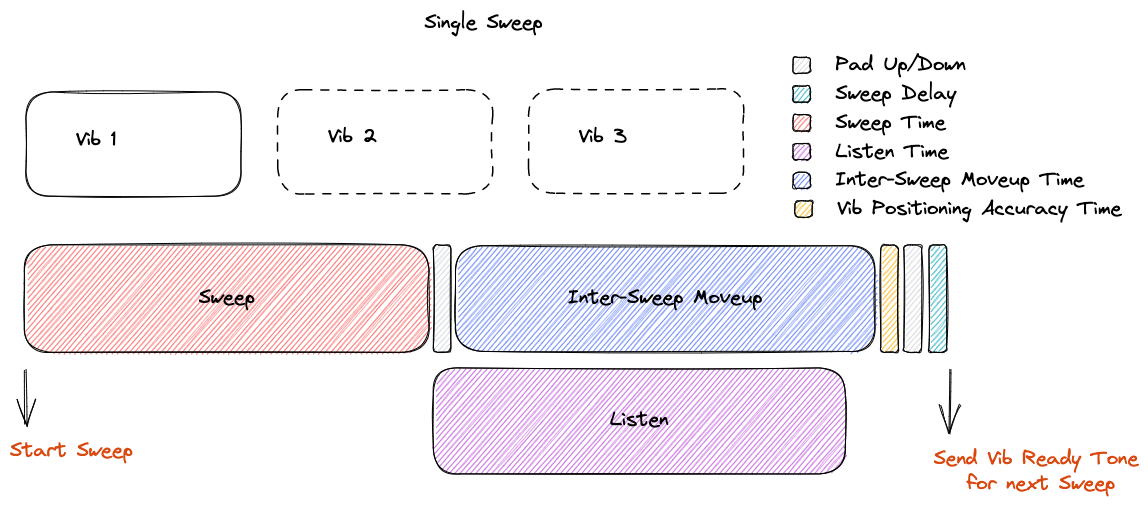
The Excalidraw diagram backend/eSeismic Single Sweep Timing Diagram.excalidraw.png in 11646729/golf-2, before a commit. Source tidied: one line per element, renumbered; positions are measured from the earlier drawing's top-left corner, leaving out a move shared by most shapes.
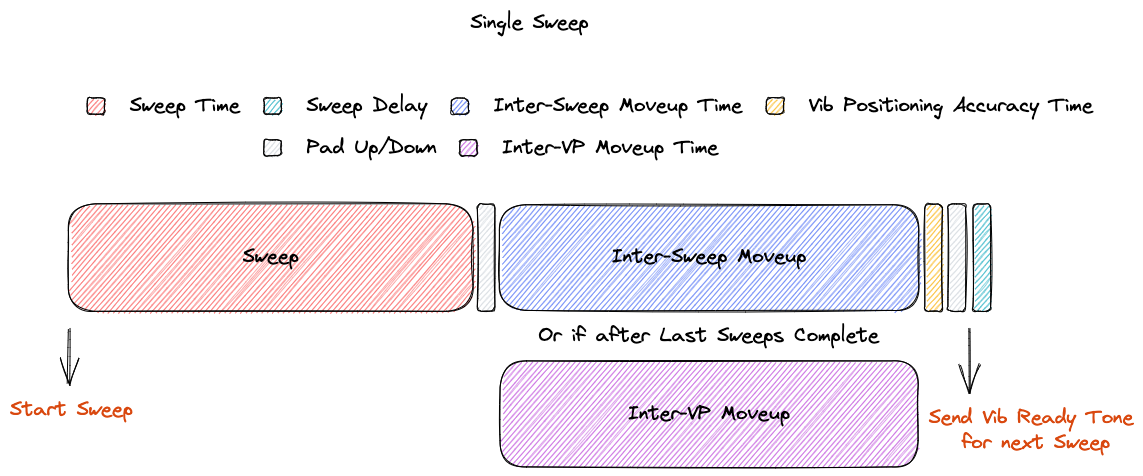
The same diagram one commit later.

Commit message:
Updating Vib Timing Diagram

What changed in the source:
```diff
@@ -1,33 +1,28 @@
-{"id": 0, "type": "text", "text": "Single Sweep", "strokeColor": "#000000", "strokeWidth": 1, "roughness": 1, "fontSize": 20, "fontFamily": 1, "x": 415, "y": 0, "width": 119, "height": 25}
+{"id": 0, "type": "text", "text": "Single Sweep", "strokeColor": "#000000", "strokeWidth": 1, "roughness": 1, "fontSize": 20, "fontFamily": 1, "x": 455, "y": 0, "width": 119, "height": 25}
-{"id": 1, "type": "rectangle", "strokeColor": "#000000", "strokeWidth": 1, "roughness": 1, "round": true, "x": 16, "y": 82, "width": 215, "height": 104}
-{"id": 2, "type": "text", "text": "Vib 1", "strokeColor": "#000000", "strokeWidth": 1, "roughness": 1, "fontSize": 20, "fontFamily": 1, "x": 66, "y": 117, "width": 41, "height": 25}
-{"id": 3, "type": "rectangle", "strokeColor": "#000000", "strokeWidth": 1, "strokeStyle": "dashed", "roughness": 1, "round": true, "x": 268, "y": 80, "width": 215, "height": 104}
-{"id": 4, "type": "text", "text": "Vib 2", "strokeColor": "#000000", "strokeWidth": 1, "strokeStyle": "dashed", "roughness": 1, "fontSize": 20, "fontFamily": 1, "x": 318, "y": 114, "width": 50, "height": 25}
-{"id": 5, "type": "rectangle", "strokeColor": "#000000", "strokeWidth": 1, "strokeStyle": "dashed", "roughness": 1, "round": true, "x": 519, "y": 79, "width": 215, "height": 104}
-{"id": 6, "type": "text", "text": "Vib 3", "strokeColor": "#000000", "strokeWidth": 1, "strokeStyle": "dashed", "roughness": 1, "fontSize": 20, "fontFamily": 1, "x": 569, "y": 114, "width": 50, "height": 25}
-{"id": 7, "type": "rectangle", "strokeColor": "#000000", "backgroundColor": "#ced4da", "fillStyle": "hachure", "strokeWidth": 1, "roughness": 1, "round": true, "x": 783, "y": 47, "width": 17, "height": 16}
+{"id": 7, "type": "rectangle", "strokeColor": "#000000", "backgroundColor": "#ced4da", "fillStyle": "hachure", "strokeWidth": 1, "roughness": 1, "round": true, "x": 247, "y": 130, "width": 17, "height": 16}
-{"id": 8, "type": "text", "text": "Pad Up/Down", "strokeColor": "#000000", "backgroundColor": "#15aabf", "fillStyle": "hachure", "strokeWidth": 1, "roughness": 1, "fontSize": 20, "fontFamily": 1, "x": 826, "y": 42, "width": 131, "height": 25}
+{"id": 8, "type": "text", "text": "Pad Up/Down", "strokeColor": "#000000", "backgroundColor": "#15aabf", "fillStyle": "hachure", "strokeWidth": 1, "roughness": 1, "fontSize": 20, "fontFamily": 1, "x": 289, "y": 125, "width": 131, "height": 25}
-{"id": 9, "type": "rectangle", "strokeColor": "#000000", "backgroundColor": "#15aabf", "fillStyle": "hachure", "strokeWidth": 1, "roughness": 1, "round": true, "x": 783, "y": 76, "width": 17, "height": 16}
+{"id": 9, "type": "rectangle", "strokeColor": "#000000", "backgroundColor": "#15aabf", "fillStyle": "hachure", "strokeWidth": 1, "roughness": 1, "round": true, "x": 247, "y": 88, "width": 17, "height": 16}
-{"id": 10, "type": "text", "text": "Sweep Delay", "strokeColor": "#000000", "backgroundColor": "#15aabf", "fillStyle": "hachure", "strokeWidth": 1, "roughness": 1, "fontSize": 20, "fontFamily": 1, "x": 826, "y": 71, "width": 122, "height": 25}
+{"id": 10, "type": "text", "text": "Sweep Delay", "strokeColor": "#000000", "backgroundColor": "#15aabf", "fillStyle": "hachure", "strokeWidth": 1, "roughness": 1, "fontSize": 20, "fontFamily": 1, "x": 290, "y": 83, "width": 122, "height": 25}
-{"id": 11, "type": "rectangle", "strokeColor": "#000000", "backgroundColor": "#fa5252", "fillStyle": "hachure", "strokeWidth": 1, "roughness": 1, "round": true, "x": 783, "y": 105, "width": 17, "height": 16}
+{"id": 11, "type": "rectangle", "strokeColor": "#000000", "backgroundColor": "#fa5252", "fillStyle": "hachure", "strokeWidth": 1, "roughness": 1, "round": true, "x": 70, "y": 88, "width": 17, "height": 16}
-{"id": 12, "type": "text", "text": "Sweep Time", "strokeColor": "#000000", "backgroundColor": "#15aabf", "fillStyle": "hachure", "strokeWidth": 1, "roughness": 1, "fontSize": 20, "fontFamily": 1, "x": 826, "y": 100, "width": 111, "height": 25}
+{"id": 12, "type": "text", "text": "Sweep Time", "strokeColor": "#000000", "backgroundColor": "#15aabf", "fillStyle": "hachure", "strokeWidth": 1, "roughness": 1, "fontSize": 20, "fontFamily": 1, "x": 113, "y": 83, "width": 111, "height": 25}
-{"id": 13, "type": "rectangle", "strokeColor": "#000000", "backgroundColor": "#ced4da", "fillStyle": "hachure", "strokeWidth": 1, "roughness": 1, "round": true, "x": 894, "y": 235, "width": 18, "height": 107}
+{"id": 13, "type": "rectangle", "strokeColor": "#000000", "backgroundColor": "#ced4da", "fillStyle": "hachure", "strokeWidth": 1, "roughness": 1, "round": true, "x": 931, "y": 194, "width": 18, "height": 107}
-{"id": 14, "type": "rectangle", "strokeColor": "#000000", "backgroundColor": "#ced4da", "fillStyle": "hachure", "strokeWidth": 1, "roughness": 1, "round": true, "x": 423, "y": 235, "width": 18, "height": 107}
+{"id": 14, "type": "rectangle", "strokeColor": "#000000", "backgroundColor": "#ced4da", "fillStyle": "hachure", "strokeWidth": 1, "roughness": 1, "round": true, "x": 460, "y": 194, "width": 18, "height": 107}
-{"id": 15, "type": "rectangle", "strokeColor": "#000000", "backgroundColor": "#15aabf", "fillStyle": "hachure", "strokeWidth": 1, "roughness": 1, "round": true, "x": 919, "y": 235, "width": 18, "height": 107}
+{"id": 15, "type": "rectangle", "strokeColor": "#000000", "backgroundColor": "#15aabf", "fillStyle": "hachure", "strokeWidth": 1, "roughness": 1, "round": true, "x": 956, "y": 194, "width": 18, "height": 107}
-{"id": 16, "type": "rectangle", "strokeColor": "#000000", "backgroundColor": "#fa5252", "fillStyle": "hachure", "strokeWidth": 1, "roughness": 1, "round": true, "x": 14, "y": 235, "width": 405, "height": 107}
+{"id": 16, "type": "rectangle", "strokeColor": "#000000", "backgroundColor": "#fa5252", "fillStyle": "hachure", "strokeWidth": 1, "roughness": 1, "round": true, "x": 51, "y": 194, "width": 405, "height": 107}
-{"id": 17, "type": "text", "text": "Sweep", "strokeColor": "#000000", "strokeWidth": 1, "roughness": 1, "fontSize": 20, "fontFamily": 1, "textAlign": "center", "verticalAlign": "middle", "inside": 16, "x": 188, "y": 276, "width": 57, "height": 23}
+{"id": 17, "type": "text", "text": "Sweep", "strokeColor": "#000000", "strokeWidth": 1, "roughness": 1, "fontSize": 20, "fontFamily": 1, "textAlign": "center", "verticalAlign": "middle", "inside": 16, "x": 225, "y": 235, "width": 57, "height": 23}
-{"id": 18, "type": "rectangle", "strokeColor": "#000000", "backgroundColor": "#be4bdb", "fillStyle": "hachure", "strokeWidth": 1, "roughness": 1, "round": true, "x": 423, "y": 358, "width": 412, "height": 106}
+{"id": 18, "type": "rectangle", "strokeColor": "#000000", "backgroundColor": "#be4bdb", "fillStyle": "hachure", "strokeWidth": 1, "roughness": 1, "round": true, "x": 483, "y": 351, "width": 418, "height": 106}
-{"id": 19, "type": "text", "text": "Listen", "strokeColor": "#000000", "strokeWidth": 1, "roughness": 1, "fontSize": 20, "fontFamily": 1, "textAlign": "center", "verticalAlign": "middle", "inside": 18, "x": 599, "y": 398, "width": 60, "height": 23}
+{"id": 19, "type": "text", "text": "Inter-VP Moveup", "strokeColor": "#000000", "strokeWidth": 1, "roughness": 1, "fontSize": 20, "fontFamily": 1, "textAlign": "center", "verticalAlign": "middle", "inside": 18, "x": 611, "y": 392, "width": 163, "height": 23}
-{"id": 20, "type": "rectangle", "strokeColor": "#000000", "backgroundColor": "#be4bdb", "fillStyle": "hachure", "strokeWidth": 1, "roughness": 1, "round": true, "x": 783, "y": 134, "width": 17, "height": 16}
+{"id": 20, "type": "rectangle", "strokeColor": "#000000", "backgroundColor": "#be4bdb", "fillStyle": "hachure", "strokeWidth": 1, "roughness": 1, "round": true, "x": 443, "y": 130, "width": 17, "height": 16}
-{"id": 21, "type": "text", "text": "Listen Time", "strokeColor": "#000000", "backgroundColor": "#15aabf", "fillStyle": "hachure", "strokeWidth": 1, "roughness": 1, "fontSize": 20, "fontFamily": 1, "x": 826, "y": 129, "width": 114, "height": 25}
+{"id": 21, "type": "text", "text": "Inter-VP Moveup Time", "strokeColor": "#000000", "backgroundColor": "#15aabf", "fillStyle": "hachure", "strokeWidth": 1, "roughness": 1, "fontSize": 20, "fontFamily": 1, "x": 485, "y": 125, "width": 217, "height": 25}
-{"id": 22, "type": "rectangle", "strokeColor": "#000000", "backgroundColor": "#4c6ef5", "fillStyle": "hachure", "strokeWidth": 1, "roughness": 1, "round": true, "x": 445, "y": 236, "width": 419, "height": 106}
+{"id": 22, "type": "rectangle", "strokeColor": "#000000", "backgroundColor": "#4c6ef5", "fillStyle": "hachure", "strokeWidth": 1, "roughness": 1, "round": true, "x": 482, "y": 195, "width": 419, "height": 106}
-{"id": 23, "type": "text", "text": "Inter-Sweep Moveup", "strokeColor": "#000000", "strokeWidth": 1, "roughness": 1, "fontSize": 20, "fontFamily": 1, "textAlign": "center", "verticalAlign": "middle", "inside": 22, "x": 558, "y": 276, "width": 195, "height": 23}
+{"id": 23, "type": "text", "text": "Inter-Sweep Moveup", "strokeColor": "#000000", "strokeWidth": 1, "roughness": 1, "fontSize": 20, "fontFamily": 1, "textAlign": "center", "verticalAlign": "middle", "inside": 22, "x": 595, "y": 235, "width": 195, "height": 23}
-{"id": 24, "type": "rectangle", "strokeColor": "#000000", "backgroundColor": "#4c6ef5", "fillStyle": "hachure", "strokeWidth": 1, "roughness": 1, "round": true, "x": 783, "y": 162, "width": 17, "height": 16}
+{"id": 24, "type": "rectangle", "strokeColor": "#000000", "backgroundColor": "#4c6ef5", "fillStyle": "hachure", "strokeWidth": 1, "roughness": 1, "round": true, "x": 434, "y": 88, "width": 17, "height": 16}
-{"id": 25, "type": "text", "text": "Inter-Sweep Moveup Time", "strokeColor": "#000000", "backgroundColor": "#15aabf", "fillStyle": "hachure", "strokeWidth": 1, "roughness": 1, "fontSize": 20, "fontFamily": 1, "x": 826, "y": 157, "width": 249, "height": 25}
+{"id": 25, "type": "text", "text": "Inter-Sweep Moveup Time", "strokeColor": "#000000", "backgroundColor": "#15aabf", "fillStyle": "hachure", "strokeWidth": 1, "roughness": 1, "fontSize": 20, "fontFamily": 1, "x": 477, "y": 83, "width": 249, "height": 25}
-{"id": 26, "type": "rectangle", "strokeColor": "#000000", "backgroundColor": "#fab005", "fillStyle": "hachure", "strokeWidth": 1, "roughness": 1, "round": true, "x": 871, "y": 235, "width": 18, "height": 107}
+{"id": 26, "type": "rectangle", "strokeColor": "#000000", "backgroundColor": "#fab005", "fillStyle": "hachure", "strokeWidth": 1, "roughness": 1, "round": true, "x": 908, "y": 194, "width": 18, "height": 107}
-{"id": 27, "type": "rectangle", "strokeColor": "#000000", "backgroundColor": "#fab005", "fillStyle": "hachure", "strokeWidth": 1, "roughness": 1, "round": true, "x": 785, "y": 191, "width": 17, "height": 16}
+{"id": 27, "type": "rectangle", "strokeColor": "#000000", "backgroundColor": "#fab005", "fillStyle": "hachure", "strokeWidth": 1, "roughness": 1, "round": true, "x": 749, "y": 88, "width": 17, "height": 16}
-{"id": 28, "type": "text", "text": "Vib Positioning Accuracy Time", "strokeColor": "#000000", "backgroundColor": "#15aabf", "fillStyle": "hachure", "strokeWidth": 1, "roughness": 1, "fontSize": 20, "fontFamily": 1, "x": 827, "y": 186, "width": 285, "height": 25}
+{"id": 28, "type": "text", "text": "Vib Positioning Accuracy Time", "strokeColor": "#000000", "backgroundColor": "#15aabf", "fillStyle": "hachure", "strokeWidth": 1, "roughness": 1, "fontSize": 20, "fontFamily": 1, "x": 792, "y": 83, "width": 285, "height": 25}
-{"id": 29, "type": "arrow", "strokeColor": "#000000", "strokeWidth": 1, "roughness": 1, "endArrowhead": "arrow", "round": true, "to": 30, "x": 940, "y": 359, "width": 1, "height": 65, "points": [[0, 0], [-1, 65]]}
+{"id": 29, "type": "arrow", "strokeColor": "#000000", "strokeWidth": 1, "roughness": 1, "endArrowhead": "arrow", "round": true, "to": 30, "x": 952, "y": 318, "width": 0, "height": 66, "points": [[0, 0], [0, 66]]}
-{"id": 30, "type": "text", "text": "Send Vib Ready Tone\n for next Sweep", "strokeColor": "#d9480f", "strokeWidth": 1, "roughness": 1, "fontSize": 20, "fontFamily": 1, "textAlign": "center", "x": 924, "y": 436, "width": 205, "height": 50}
+{"id": 30, "type": "text", "text": "Send Vib Ready Tone\n for next Sweep", "strokeColor": "#d9480f", "strokeWidth": 1, "roughness": 1, "fontSize": 20, "fontFamily": 1, "textAlign": "center", "x": 912, "y": 395, "width": 205, "height": 50}
-{"id": 31, "type": "arrow", "strokeColor": "#000000", "strokeWidth": 1, "roughness": 1, "endArrowhead": "arrow", "round": true, "x": 15, "y": 361, "width": 0, "height": 55, "points": [[0, 0], [0, 55]]}
+{"id": 31, "type": "arrow", "strokeColor": "#000000", "strokeWidth": 1, "roughness": 1, "endArrowhead": "arrow", "round": true, "from": 16, "to": 32, "x": 52, "y": 320, "width": 1, "height": 55, "points": [[0, 0], [-1, 55]]}
-{"id": 32, "type": "text", "text": "Start Sweep", "strokeColor": "#d9480f", "strokeWidth": 1, "roughness": 1, "fontSize": 20, "fontFamily": 1, "x": 0, "y": 428, "width": 124, "height": 25}
+{"id": 32, "type": "text", "text": "Start Sweep", "strokeColor": "#d9480f", "strokeWidth": 1, "roughness": 1, "fontSize": 20, "fontFamily": 1, "x": -7, "y": 387, "width": 124, "height": 25}
+{"id": 33, "type": "text", "text": "Or if after Last Sweeps Complete", "strokeColor": "#000000", "strokeWidth": 1, "roughness": 1, "fontSize": 20, "fontFamily": 1, "x": 522, "y": 313, "width": 341, "height": 25}
```
